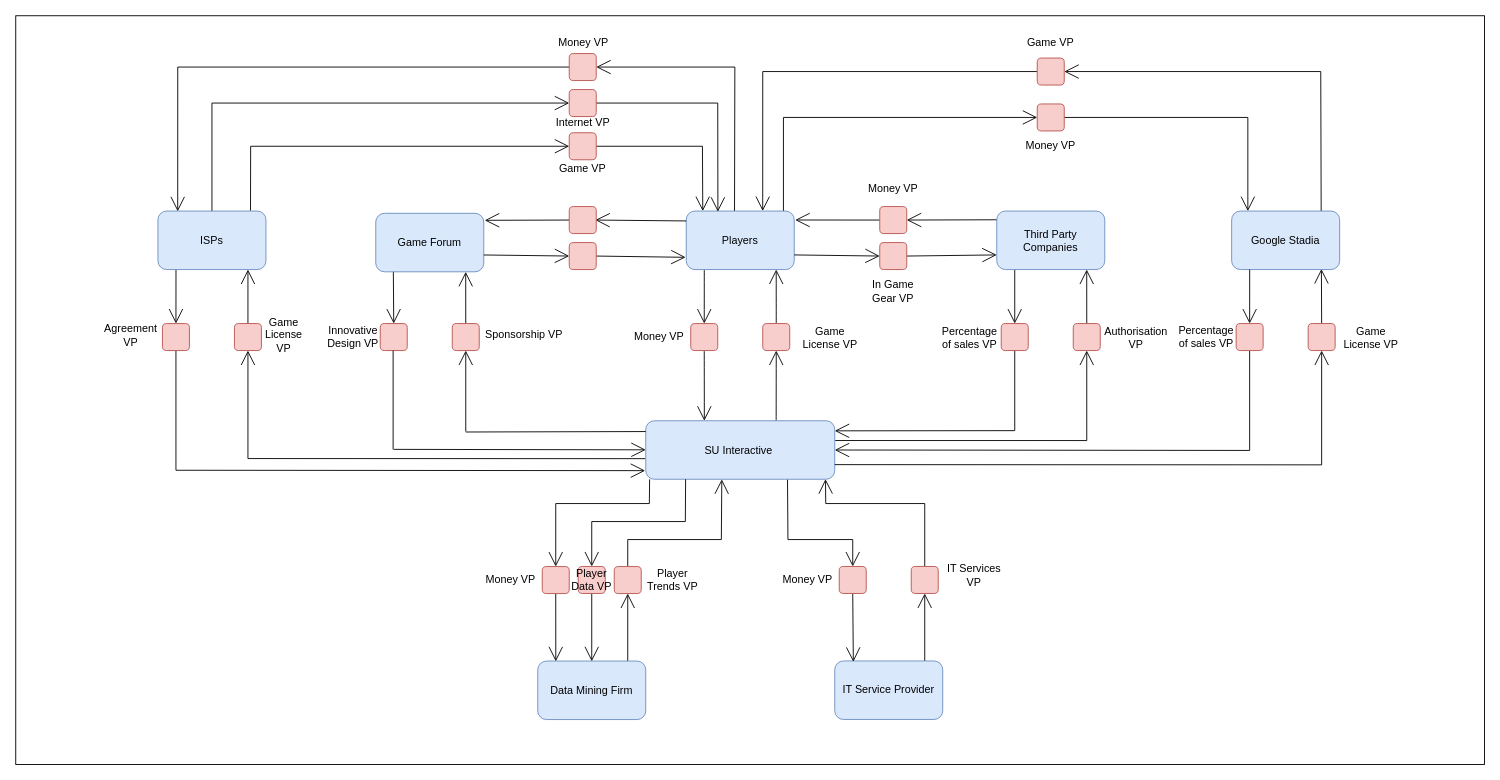
This is IS1.drawio from NishChahar/Uni-Assignments, a draw.io file, before an edit. Source tidied: cells renumbered, new cells numbered last; positions are measured from the earlier drawing's top-left corner, leaving out a move shared by most shapes. Both pictures are drawn from the tidied source at 90%, with x=0, y=0 at pixel (15, 15).
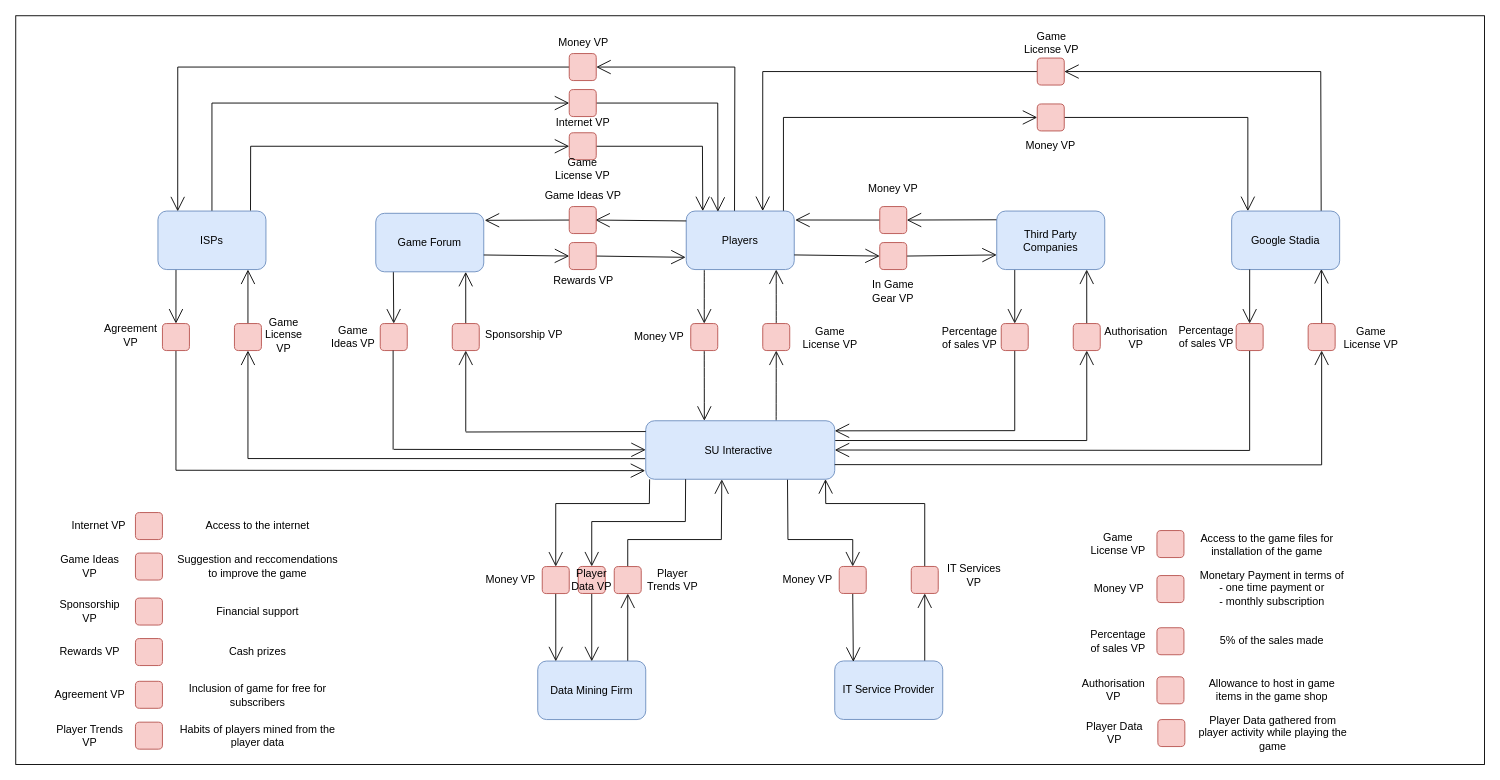
After the change.

Commit message:
Extended VDML

The edit, as a diff of the source:
```diff
@@
-    <mxCell id="78" value="Game VP" style="text;html=1;strokeColor=none;fillColor=none;align=center;verticalAlign=middle;whiteSpace=wrap;rounded=0;hachureGap=4;" parent="1" vertex="1">
-      <mxGeometry x="600" y="160" width="60" height="20" as="geometry" />
+    <mxCell id="78" value="Game License VP" style="text;html=1;strokeColor=none;fillColor=none;align=center;verticalAlign=middle;whiteSpace=wrap;rounded=0;hachureGap=4;" parent="1" vertex="1">
+      <mxGeometry x="595" y="160" width="70" height="20" as="geometry" />
     </mxCell>
@@
-    <mxCell id="83" value="Innovative Design VP" style="text;html=1;strokeColor=none;fillColor=none;align=center;verticalAlign=middle;whiteSpace=wrap;rounded=0;hachureGap=4;" parent="1" vertex="1">
+    <mxCell id="83" value="Game Ideas VP" style="text;html=1;strokeColor=none;fillColor=none;align=center;verticalAlign=middle;whiteSpace=wrap;rounded=0;hachureGap=4;" parent="1" vertex="1">
       <mxGeometry x="345" y="347" width="60" height="20" as="geometry" />
     </mxCell>
@@
-    <mxCell id="106" value="Game VP" style="text;html=1;strokeColor=none;fillColor=none;align=center;verticalAlign=middle;whiteSpace=wrap;rounded=0;hachureGap=4;" parent="1" vertex="1">
-      <mxGeometry x="1120" y="20" width="60" height="20" as="geometry" />
+    <mxCell id="106" value="Game License VP" style="text;html=1;strokeColor=none;fillColor=none;align=center;verticalAlign=middle;whiteSpace=wrap;rounded=0;hachureGap=4;" parent="1" vertex="1">
+      <mxGeometry x="1116" y="20" width="70" height="20" as="geometry" />
     </mxCell>
+    <mxCell id="107" style="rounded=1;whiteSpace=wrap;html=1;hachureGap=4;fillColor=#f8cecc;strokeColor=#b85450;" parent="1" vertex="1">
+      <mxGeometry x="1268" y="572" width="30" height="30" as="geometry" />
+    </mxCell>
+    <mxCell id="108" value="Game License VP" style="text;html=1;strokeColor=none;fillColor=none;align=center;verticalAlign=middle;whiteSpace=wrap;rounded=0;hachureGap=4;" parent="1" vertex="1">
+      <mxGeometry x="1190" y="577" width="70" height="20" as="geometry" />
+    </mxCell>
+    <mxCell id="109" value="Access to the game files for installation of the game" style="text;html=1;strokeColor=none;fillColor=none;align=center;verticalAlign=middle;whiteSpace=wrap;rounded=0;hachureGap=4;" parent="1" vertex="1">
+      <mxGeometry x="1311" y="578" width="159" height="20" as="geometry" />
+    </mxCell>
+    <mxCell id="110" value="Money VP" style="text;html=1;strokeColor=none;fillColor=none;align=center;verticalAlign=middle;whiteSpace=wrap;rounded=0;hachureGap=4;" parent="1" vertex="1">
+      <mxGeometry x="1196" y="627" width="60" height="20" as="geometry" />
+    </mxCell>
+    <mxCell id="111" style="rounded=1;whiteSpace=wrap;html=1;hachureGap=4;fillColor=#f8cecc;strokeColor=#b85450;" parent="1" vertex="1">
+      <mxGeometry x="1268" y="622" width="30" height="30" as="geometry" />
+    </mxCell>
+    <mxCell id="112" value="Monetary Payment in terms of&lt;br&gt;- one time payment or&lt;br&gt;- monthly subscription" style="text;html=1;strokeColor=none;fillColor=none;align=center;verticalAlign=middle;whiteSpace=wrap;rounded=0;hachureGap=4;" parent="1" vertex="1">
+      <mxGeometry x="1312" y="626" width="168" height="20" as="geometry" />
+    </mxCell>
+    <mxCell id="113" value="Percentage of sales VP" style="text;html=1;strokeColor=none;fillColor=none;align=center;verticalAlign=middle;whiteSpace=wrap;rounded=0;hachureGap=4;" parent="1" vertex="1">
+      <mxGeometry x="1195" y="685" width="60" height="20" as="geometry" />
+    </mxCell>
+    <mxCell id="114" style="rounded=1;whiteSpace=wrap;html=1;hachureGap=4;fillColor=#f8cecc;strokeColor=#b85450;" parent="1" vertex="1">
+      <mxGeometry x="1268" y="680" width="30" height="30" as="geometry" />
+    </mxCell>
+    <mxCell id="115" value="5% of the sales made" style="text;html=1;strokeColor=none;fillColor=none;align=center;verticalAlign=middle;whiteSpace=wrap;rounded=0;hachureGap=4;" parent="1" vertex="1">
+      <mxGeometry x="1312" y="685" width="168" height="20" as="geometry" />
+    </mxCell>
+    <mxCell id="116" style="rounded=1;whiteSpace=wrap;html=1;hachureGap=4;fillColor=#f8cecc;strokeColor=#b85450;" parent="1" vertex="1">
+      <mxGeometry x="1268" y="734.5" width="30" height="30" as="geometry" />
+    </mxCell>
+    <mxCell id="117" value="Authorisation VP" style="text;html=1;strokeColor=none;fillColor=none;align=center;verticalAlign=middle;whiteSpace=wrap;rounded=0;hachureGap=4;" parent="1" vertex="1">
+      <mxGeometry x="1185" y="739.4" width="70" height="20" as="geometry" />
+    </mxCell>
+    <mxCell id="118" value="Allowance to host in game items in the game shop" style="text;html=1;strokeColor=none;fillColor=none;align=center;verticalAlign=middle;whiteSpace=wrap;rounded=0;hachureGap=4;" parent="1" vertex="1">
+      <mxGeometry x="1312" y="739.4" width="168" height="20" as="geometry" />
+    </mxCell>
+    <mxCell id="119" style="rounded=1;whiteSpace=wrap;html=1;hachureGap=4;fillColor=#f8cecc;strokeColor=#b85450;" parent="1" vertex="1">
+      <mxGeometry x="133" y="552" width="30" height="30" as="geometry" />
+    </mxCell>
+    <mxCell id="120" value="Internet VP" style="text;html=1;strokeColor=none;fillColor=none;align=center;verticalAlign=middle;whiteSpace=wrap;rounded=0;hachureGap=4;" parent="1" vertex="1">
+      <mxGeometry x="60" y="557" width="65" height="20" as="geometry" />
+    </mxCell>
+    <mxCell id="121" value="Access to the internet" style="text;html=1;strokeColor=none;fillColor=none;align=center;verticalAlign=middle;whiteSpace=wrap;rounded=0;hachureGap=4;" parent="1" vertex="1">
+      <mxGeometry x="178" y="557" width="182" height="20" as="geometry" />
+    </mxCell>
+    <mxCell id="122" value="Rewards VP" style="text;html=1;strokeColor=none;fillColor=none;align=center;verticalAlign=middle;whiteSpace=wrap;rounded=0;hachureGap=4;" parent="1" vertex="1">
+      <mxGeometry x="596" y="284.5" width="70" height="20" as="geometry" />
+    </mxCell>
+    <mxCell id="123" value="Game Ideas VP" style="text;html=1;strokeColor=none;fillColor=none;align=center;verticalAlign=middle;whiteSpace=wrap;rounded=0;hachureGap=4;" parent="1" vertex="1">
+      <mxGeometry x="583.8" y="190" width="92.5" height="20" as="geometry" />
+    </mxCell>
+    <mxCell id="124" value="Suggestion and reccomendations to improve the game" style="text;html=1;strokeColor=none;fillColor=none;align=center;verticalAlign=middle;whiteSpace=wrap;rounded=0;hachureGap=4;" parent="1" vertex="1">
+      <mxGeometry x="178" y="602" width="182" height="20" as="geometry" />
+    </mxCell>
+    <mxCell id="125" style="rounded=1;whiteSpace=wrap;html=1;hachureGap=4;fillColor=#f8cecc;strokeColor=#b85450;" parent="1" vertex="1">
+      <mxGeometry x="133" y="597" width="30" height="30" as="geometry" />
+    </mxCell>
+    <mxCell id="126" value="Game Ideas VP" style="text;html=1;strokeColor=none;fillColor=none;align=center;verticalAlign=middle;whiteSpace=wrap;rounded=0;hachureGap=4;" parent="1" vertex="1">
+      <mxGeometry x="40" y="602" width="85" height="20" as="geometry" />
+    </mxCell>
+    <mxCell id="127" value="Sponsorship VP" style="text;html=1;strokeColor=none;fillColor=none;align=center;verticalAlign=middle;whiteSpace=wrap;rounded=0;hachureGap=4;" parent="1" vertex="1">
+      <mxGeometry x="40" y="652" width="85" height="20" as="geometry" />
+    </mxCell>
+    <mxCell id="128" style="rounded=1;whiteSpace=wrap;html=1;hachureGap=4;fillColor=#f8cecc;strokeColor=#b85450;" parent="1" vertex="1">
+      <mxGeometry x="133" y="647" width="30" height="30" as="geometry" />
+    </mxCell>
+    <mxCell id="129" value="Financial support" style="text;html=1;strokeColor=none;fillColor=none;align=center;verticalAlign=middle;whiteSpace=wrap;rounded=0;hachureGap=4;" parent="1" vertex="1">
+      <mxGeometry x="178" y="652" width="182" height="20" as="geometry" />
+    </mxCell>
+    <mxCell id="130" value="Cash prizes" style="text;html=1;strokeColor=none;fillColor=none;align=center;verticalAlign=middle;whiteSpace=wrap;rounded=0;hachureGap=4;" parent="1" vertex="1">
+      <mxGeometry x="178" y="697" width="182" height="20" as="geometry" />
+    </mxCell>
+    <mxCell id="131" style="rounded=1;whiteSpace=wrap;html=1;hachureGap=4;fillColor=#f8cecc;strokeColor=#b85450;" parent="1" vertex="1">
+      <mxGeometry x="133" y="692" width="30" height="30" as="geometry" />
+    </mxCell>
+    <mxCell id="132" value="Rewards VP" style="text;html=1;strokeColor=none;fillColor=none;align=center;verticalAlign=middle;whiteSpace=wrap;rounded=0;hachureGap=4;" parent="1" vertex="1">
+      <mxGeometry x="40" y="697" width="85" height="20" as="geometry" />
+    </mxCell>
+    <mxCell id="133" value="Agreement VP" style="text;html=1;strokeColor=none;fillColor=none;align=center;verticalAlign=middle;whiteSpace=wrap;rounded=0;hachureGap=4;" parent="1" vertex="1">
+      <mxGeometry x="40" y="744.5" width="85" height="20" as="geometry" />
+    </mxCell>
+    <mxCell id="134" style="rounded=1;whiteSpace=wrap;html=1;hachureGap=4;fillColor=#f8cecc;strokeColor=#b85450;" parent="1" vertex="1">
+      <mxGeometry x="133" y="739.5" width="30" height="30" as="geometry" />
+    </mxCell>
+    <mxCell id="135" value="Inclusion of game for free for subscribers" style="text;html=1;strokeColor=none;fillColor=none;align=center;verticalAlign=middle;whiteSpace=wrap;rounded=0;hachureGap=4;" parent="1" vertex="1">
+      <mxGeometry x="178" y="744.5" width="182" height="20" as="geometry" />
+    </mxCell>
+    <mxCell id="136" value="Player Data VP" style="text;html=1;strokeColor=none;fillColor=none;align=center;verticalAlign=middle;whiteSpace=wrap;rounded=0;hachureGap=4;" parent="1" vertex="1">
+      <mxGeometry x="1186" y="786.9" width="70" height="20" as="geometry" />
+    </mxCell>
+    <mxCell id="137" style="rounded=1;whiteSpace=wrap;html=1;hachureGap=4;fillColor=#f8cecc;strokeColor=#b85450;" parent="1" vertex="1">
+      <mxGeometry x="1269" y="782" width="30" height="30" as="geometry" />
+    </mxCell>
+    <mxCell id="138" value="Player Data gathered from player activity while playing the game" style="text;html=1;strokeColor=none;fillColor=none;align=center;verticalAlign=middle;whiteSpace=wrap;rounded=0;hachureGap=4;" parent="1" vertex="1">
+      <mxGeometry x="1313" y="786.9" width="168" height="20" as="geometry" />
+    </mxCell>
+    <mxCell id="139" value="Player Trends VP" style="text;html=1;strokeColor=none;fillColor=none;align=center;verticalAlign=middle;whiteSpace=wrap;rounded=0;hachureGap=4;" parent="1" vertex="1">
+      <mxGeometry x="40" y="789.9" width="85" height="20" as="geometry" />
+    </mxCell>
+    <mxCell id="140" style="rounded=1;whiteSpace=wrap;html=1;hachureGap=4;fillColor=#f8cecc;strokeColor=#b85450;" parent="1" vertex="1">
+      <mxGeometry x="133" y="784.9" width="30" height="30" as="geometry" />
+    </mxCell>
+    <mxCell id="141" value="Habits of players mined from the player data" style="text;html=1;strokeColor=none;fillColor=none;align=center;verticalAlign=middle;whiteSpace=wrap;rounded=0;hachureGap=4;" parent="1" vertex="1">
+      <mxGeometry x="178" y="789.9" width="182" height="20" as="geometry" />
+    </mxCell>
```
